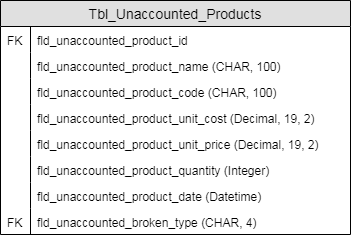
Before: documentation/Unaccounted Product Entity.png, a diagram exported from draw.io (Djsiclait/MiniMarketInventoryManagement). Source tidied: cells renumbered, new cells last; positions are measured from the earlier drawing's top-left corner, leaving out a move shared by most shapes. The source it was exported from:
```xml
<mxGraphModel>
  <root>
    <mxCell id="0" />
    <mxCell id="1" parent="0" />
    <object id="2" label="Tbl_Unaccounted_Products" placeholders="1">
      <mxCell style="swimlane;fontStyle=0;horizontal=1;startSize=26;fillColor=#e0e0e0;swimlaneFillColor=#ffffff;align=center;fontSize=14;" parent="1" vertex="1">
        <mxGeometry width="350" height="234" as="geometry" />
      </mxCell>
    </object>
    <mxCell id="3" value="fld_unaccounted_product_id " style="shape=partialRectangle;top=0;left=0;right=0;bottom=0;align=left;verticalAlign=top;fillColor=none;spacingLeft=34;spacingRight=4;overflow=hidden;fontSize=12;" parent="2" vertex="1">
      <mxGeometry y="26" width="350" height="26" as="geometry" />
    </mxCell>
    <mxCell id="4" value="FK" style="shape=partialRectangle;top=0;left=0;bottom=0;fillColor=none;align=left;verticalAlign=top;spacingLeft=4;spacingRight=4;overflow=hidden;fontSize=12;" parent="3" vertex="1">
      <mxGeometry width="30" height="26" as="geometry" />
    </mxCell>
    <mxCell id="5" value="fld_unaccounted_product_name (CHAR, 100) " style="shape=partialRectangle;top=0;left=0;right=0;bottom=0;align=left;verticalAlign=top;fillColor=none;spacingLeft=34;spacingRight=4;overflow=hidden;fontSize=12;" parent="2" vertex="1">
      <mxGeometry y="52" width="350" height="26" as="geometry" />
    </mxCell>
    <mxCell id="6" style="shape=partialRectangle;top=0;left=0;bottom=0;fillColor=none;align=left;verticalAlign=top;spacingLeft=4;spacingRight=4;overflow=hidden;fontSize=12;" parent="5" vertex="1">
      <mxGeometry width="30" height="26" as="geometry" />
    </mxCell>
    <mxCell id="7" value="fld_unaccounted_product_code (CHAR, 100) " style="shape=partialRectangle;top=0;left=0;right=0;bottom=0;align=left;verticalAlign=top;fillColor=none;spacingLeft=34;spacingRight=4;overflow=hidden;fontSize=12;" parent="2" vertex="1">
      <mxGeometry y="78" width="350" height="26" as="geometry" />
    </mxCell>
    <mxCell id="8" style="shape=partialRectangle;top=0;left=0;bottom=0;fillColor=none;align=left;verticalAlign=top;spacingLeft=4;spacingRight=4;overflow=hidden;fontSize=12;" parent="7" vertex="1">
      <mxGeometry width="30" height="26" as="geometry" />
    </mxCell>
    <object id="9" label="fld_unaccounted_product_unit_cost (Decimal, 19, 2)" placeholders="1">
      <mxCell style="shape=partialRectangle;top=0;left=0;right=0;bottom=0;align=left;verticalAlign=top;fillColor=none;spacingLeft=34;spacingRight=4;overflow=hidden;fontSize=12;" parent="2" vertex="1">
        <mxGeometry y="104" width="350" height="26" as="geometry" />
      </mxCell>
    </object>
    <mxCell id="10" style="shape=partialRectangle;top=0;left=0;bottom=0;fillColor=none;align=left;verticalAlign=top;spacingLeft=4;spacingRight=4;overflow=hidden;fontSize=12;" parent="9" vertex="1">
      <mxGeometry width="30" height="26" as="geometry" />
    </mxCell>
    <object id="11" label="fld_unaccounted_product_unit_price (Decimal, 19, 2)" placeholders="1">
      <mxCell style="shape=partialRectangle;top=0;left=0;right=0;bottom=0;align=left;verticalAlign=top;fillColor=none;spacingLeft=34;spacingRight=4;overflow=hidden;fontSize=12;" parent="2" vertex="1">
        <mxGeometry y="130" width="350" height="26" as="geometry" />
      </mxCell>
    </object>
    <mxCell id="12" style="shape=partialRectangle;top=0;left=0;bottom=0;fillColor=none;align=left;verticalAlign=top;spacingLeft=4;spacingRight=4;overflow=hidden;fontSize=12;" parent="11" vertex="1">
      <mxGeometry width="30" height="26" as="geometry" />
    </mxCell>
    <object id="13" label="fld_unaccounted_product_quantity (Integer)" placeholders="1">
      <mxCell style="shape=partialRectangle;top=0;left=0;right=0;bottom=0;align=left;verticalAlign=top;fillColor=none;spacingLeft=34;spacingRight=4;overflow=hidden;fontSize=12;" parent="2" vertex="1">
        <mxGeometry y="156" width="350" height="26" as="geometry" />
      </mxCell>
    </object>
    <mxCell id="14" style="shape=partialRectangle;top=0;left=0;bottom=0;fillColor=none;align=left;verticalAlign=top;spacingLeft=4;spacingRight=4;overflow=hidden;fontSize=12;" parent="13" vertex="1">
      <mxGeometry width="30" height="26" as="geometry" />
    </mxCell>
    <object id="15" label="fld_unaccounted_product_date (Datetime)" placeholders="1">
      <mxCell style="shape=partialRectangle;top=0;left=0;right=0;bottom=0;align=left;verticalAlign=top;fillColor=none;spacingLeft=34;spacingRight=4;overflow=hidden;fontSize=12;" parent="2" vertex="1">
        <mxGeometry y="182" width="350" height="26" as="geometry" />
      </mxCell>
    </object>
    <mxCell id="16" style="shape=partialRectangle;top=0;left=0;bottom=0;fillColor=none;align=left;verticalAlign=top;spacingLeft=4;spacingRight=4;overflow=hidden;fontSize=12;" parent="15" vertex="1">
      <mxGeometry width="30" height="26" as="geometry" />
    </mxCell>
    <object id="17" label="fld_unaccounted_broken_type (CHAR, 4)" placeholders="1">
      <mxCell style="shape=partialRectangle;top=0;left=0;right=0;bottom=0;align=left;verticalAlign=top;fillColor=none;spacingLeft=34;spacingRight=4;overflow=hidden;fontSize=12;" parent="2" vertex="1">
        <mxGeometry y="208" width="350" height="26" as="geometry" />
      </mxCell>
    </object>
    <mxCell id="18" value="FK" style="shape=partialRectangle;top=0;left=0;bottom=0;fillColor=none;align=left;verticalAlign=top;spacingLeft=4;spacingRight=4;overflow=hidden;fontSize=12;" parent="17" vertex="1">
      <mxGeometry width="30" height="26" as="geometry" />
    </mxCell>
  </root>
</mxGraphModel>
```
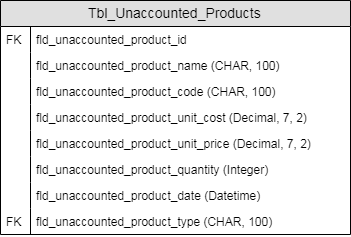
Above is the later version.

Diff of the diagram source:
```diff
@@ -25,7 +25,7 @@
     <mxCell id="8" style="shape=partialRectangle;top=0;left=0;bottom=0;fillColor=none;align=left;verticalAlign=top;spacingLeft=4;spacingRight=4;overflow=hidden;fontSize=12;" parent="7" vertex="1">
       <mxGeometry width="30" height="26" as="geometry" />
     </mxCell>
-    <object id="9" label="fld_unaccounted_product_unit_cost (Decimal, 19, 2)" placeholders="1">
+    <object id="9" label="fld_unaccounted_product_unit_cost (Decimal, 7, 2)" placeholders="1">
       <mxCell style="shape=partialRectangle;top=0;left=0;right=0;bottom=0;align=left;verticalAlign=top;fillColor=none;spacingLeft=34;spacingRight=4;overflow=hidden;fontSize=12;" parent="2" vertex="1">
         <mxGeometry y="104" width="350" height="26" as="geometry" />
       </mxCell>
@@ -33,7 +33,7 @@
     <mxCell id="10" style="shape=partialRectangle;top=0;left=0;bottom=0;fillColor=none;align=left;verticalAlign=top;spacingLeft=4;spacingRight=4;overflow=hidden;fontSize=12;" parent="9" vertex="1">
       <mxGeometry width="30" height="26" as="geometry" />
     </mxCell>
-    <object id="11" label="fld_unaccounted_product_unit_price (Decimal, 19, 2)" placeholders="1">
+    <object id="11" label="fld_unaccounted_product_unit_price (Decimal, 7, 2)" placeholders="1">
       <mxCell style="shape=partialRectangle;top=0;left=0;right=0;bottom=0;align=left;verticalAlign=top;fillColor=none;spacingLeft=34;spacingRight=4;overflow=hidden;fontSize=12;" parent="2" vertex="1">
         <mxGeometry y="130" width="350" height="26" as="geometry" />
       </mxCell>
@@ -57,7 +57,7 @@
     <mxCell id="16" style="shape=partialRectangle;top=0;left=0;bottom=0;fillColor=none;align=left;verticalAlign=top;spacingLeft=4;spacingRight=4;overflow=hidden;fontSize=12;" parent="15" vertex="1">
       <mxGeometry width="30" height="26" as="geometry" />
     </mxCell>
-    <object id="17" label="fld_unaccounted_broken_type (CHAR, 4)" placeholders="1">
+    <object id="17" label="fld_unaccounted_product_type (CHAR, 100)" placeholders="1">
       <mxCell style="shape=partialRectangle;top=0;left=0;right=0;bottom=0;align=left;verticalAlign=top;fillColor=none;spacingLeft=34;spacingRight=4;overflow=hidden;fontSize=12;" parent="2" vertex="1">
         <mxGeometry y="208" width="350" height="26" as="geometry" />
       </mxCell>
```
